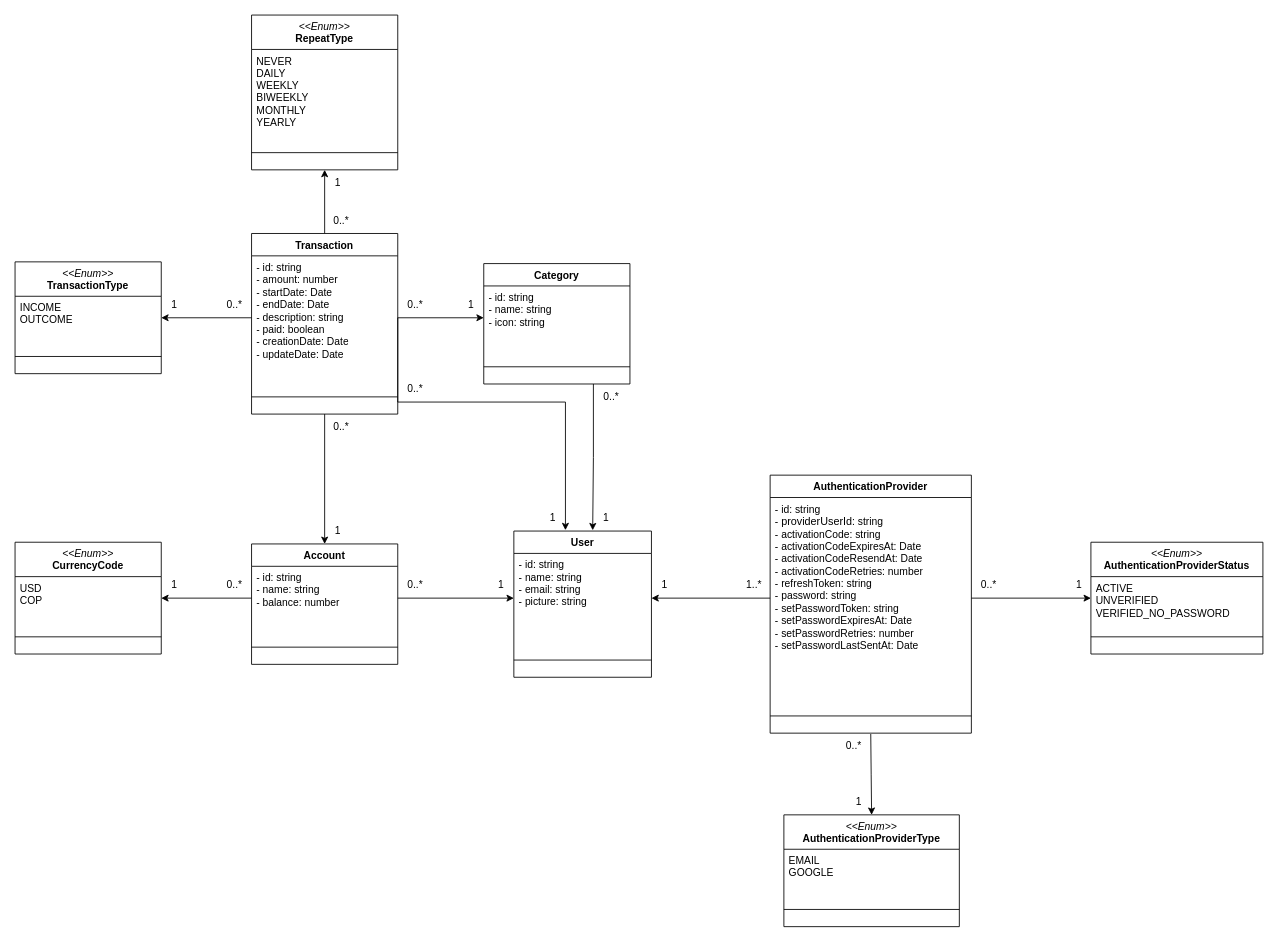
Before: docs/class_budget.drawio in acastillo9/budget-api, a draw.io diagram. Source tidied: cells renumbered, new cells numbered last; positions are measured from the earlier drawing's top-left corner, leaving out a move shared by most shapes. Both pictures are drawn from the tidied source at 86%, with x=0, y=0 at pixel (15, 15).
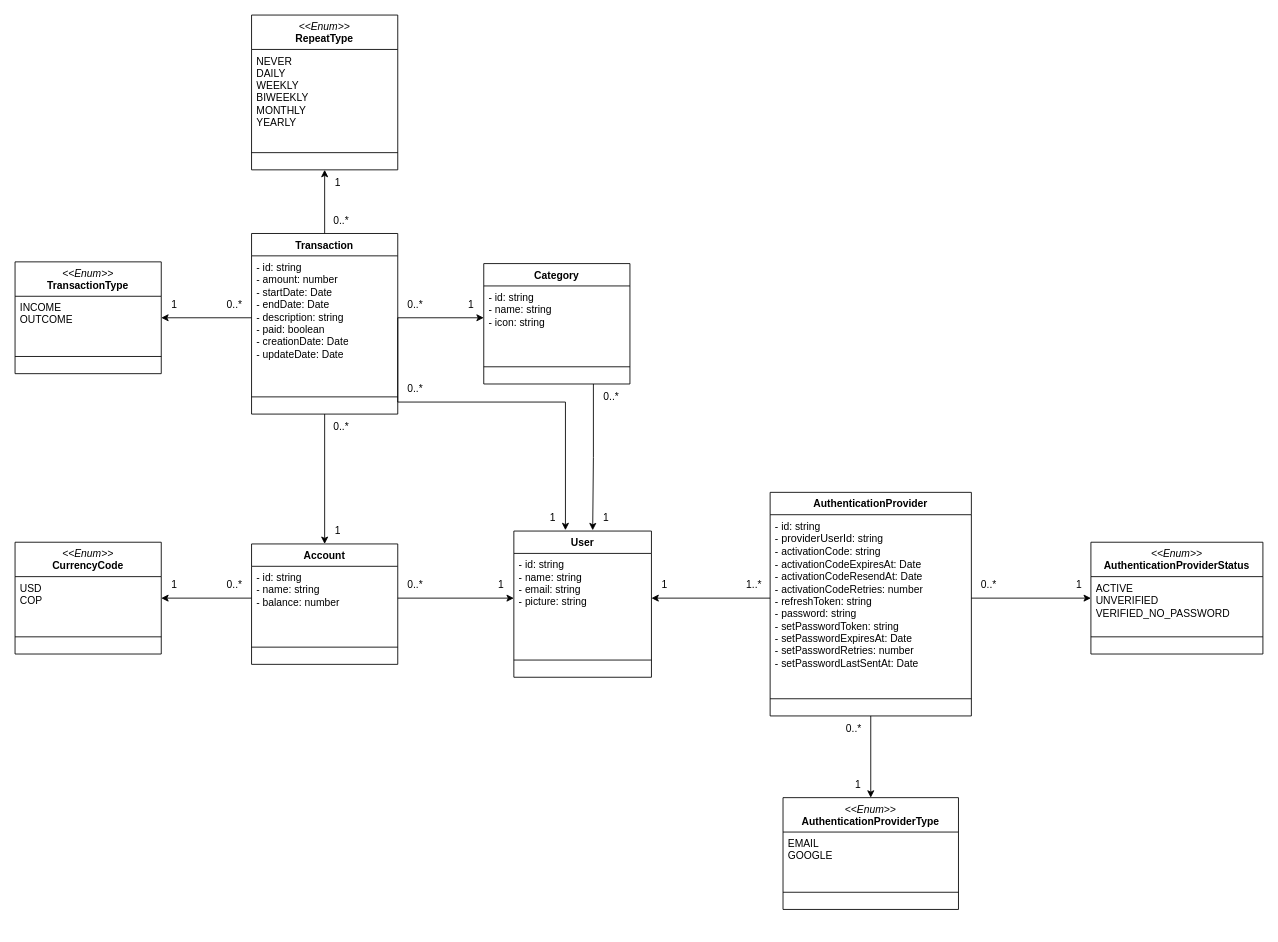
The same diagram, later.

Commit message:
minor changes on class diagram

Diff of the diagram source:
```diff
@@
-    <mxCell id="50" style="edgeStyle=orthogonalEdgeStyle;rounded=0;jettySize=auto;html=1;entryX=0.5;entryY=0;entryDx=0;entryDy=0;" parent="1" edge="1" target="54">
-      <mxGeometry relative="1" as="geometry">
-        <mxPoint x="995" y="836" as="sourcePoint" />
-      </mxGeometry>
+    <mxCell id="50" style="edgeStyle=orthogonalEdgeStyle;rounded=0;jettySize=auto;html=1;entryX=0.5;entryY=0;entryDx=0;entryDy=0;exitX=0.5;exitY=1;exitDx=0;exitDy=0;" parent="1" edge="1" source="51" target="54">
+      <mxGeometry relative="1" as="geometry" />
     </mxCell>
     <mxCell id="51" value="AuthenticationProvider" style="swimlane;fontStyle=1;align=center;verticalAlign=top;horizontal=1;startSize=26;whiteSpace=wrap;html=1;" parent="1" vertex="1">
-      <mxGeometry x="878" y="535" width="234" height="300" as="geometry" />
+      <mxGeometry x="878" y="555" width="234" height="260" as="geometry" />
     </mxCell>
     <mxCell id="52" value="- id: string&lt;div&gt;&lt;div&gt;-&amp;nbsp;&lt;span style=&quot;font-family: var(--ds-font-family-code); font-size: 12.573px; background-color: transparent; color: light-dark(rgb(0, 0, 0), rgb(255, 255, 255));&quot;&gt;providerUserId&lt;/span&gt;&lt;span style=&quot;background-color: transparent; color: light-dark(rgb(0, 0, 0), rgb(255, 255, 255));&quot;&gt;: string&lt;/span&gt;&lt;br&gt;&lt;/div&gt;&lt;/div&gt;&lt;div&gt;&lt;div&gt;- activationCode: string&lt;/div&gt;&lt;div&gt;- activationCodeExpiresAt: Date&lt;/div&gt;&lt;div&gt;- activationCodeResendAt: Date&lt;/div&gt;&lt;div&gt;- activationCodeRetries: number&lt;/div&gt;&lt;/div&gt;&lt;div&gt;- refreshToken: string&lt;/div&gt;&lt;div&gt;- password: string&lt;/div&gt;&lt;div&gt;- setPasswordToken: string&lt;br&gt;&lt;div&gt;- setPasswordExpiresAt: Date&lt;/div&gt;&lt;div&gt;- setPasswordRetries: number&lt;/div&gt;&lt;div&gt;- setPasswordLastSentAt: Date&lt;/div&gt;&lt;/div&gt;" style="text;strokeColor=none;fillColor=none;align=left;verticalAlign=top;spacingLeft=4;spacingRight=4;overflow=hidden;points=[[0,0.5],[1,0.5]];portConstraint=eastwest;whiteSpace=wrap;html=1;" parent="51" vertex="1">
-      <mxGeometry y="26" width="234" height="234" as="geometry" />
+      <mxGeometry y="26" width="234" height="194" as="geometry" />
     </mxCell>
     <mxCell id="53" style="line;strokeWidth=1;fillColor=none;align=left;verticalAlign=middle;spacingTop=-1;spacingLeft=3;spacingRight=3;labelPosition=right;strokeColor=inherit;" parent="51" vertex="1">
-      <mxGeometry y="260" width="234" height="40" as="geometry" />
+      <mxGeometry y="220" width="234" height="40" as="geometry" />
     </mxCell>
     <mxCell id="54" value="&lt;div&gt;&lt;i style=&quot;font-weight: 400;&quot;&gt;&amp;lt;&amp;lt;Enum&amp;gt;&amp;gt;&lt;/i&gt;&lt;br&gt;&lt;/div&gt;Authentication&lt;span style=&quot;background-color: transparent; color: light-dark(rgb(0, 0, 0), rgb(255, 255, 255));&quot;&gt;ProviderType&lt;/span&gt;" style="swimlane;fontStyle=1;align=center;verticalAlign=top;horizontal=1;startSize=40;whiteSpace=wrap;html=1;" parent="1" vertex="1">
-      <mxGeometry x="894" y="930" width="204" height="130" as="geometry" />
+      <mxGeometry x="893" y="910" width="204" height="130" as="geometry" />
     </mxCell>
@@
     <mxCell id="57" value="1" style="text;html=1;align=center;verticalAlign=middle;strokeColor=none;fillColor=none;" parent="1" vertex="1">
-      <mxGeometry x="966" y="900" width="30" height="30" as="geometry" />
+      <mxGeometry x="965" y="880" width="30" height="30" as="geometry" />
     </mxCell>
     <mxCell id="58" value="0..*" style="text;html=1;align=center;verticalAlign=middle;strokeColor=none;fillColor=none;" parent="1" vertex="1">
-      <mxGeometry x="955" y="835" width="40" height="30" as="geometry" />
+      <mxGeometry x="955" y="815" width="40" height="30" as="geometry" />
     </mxCell>
```
